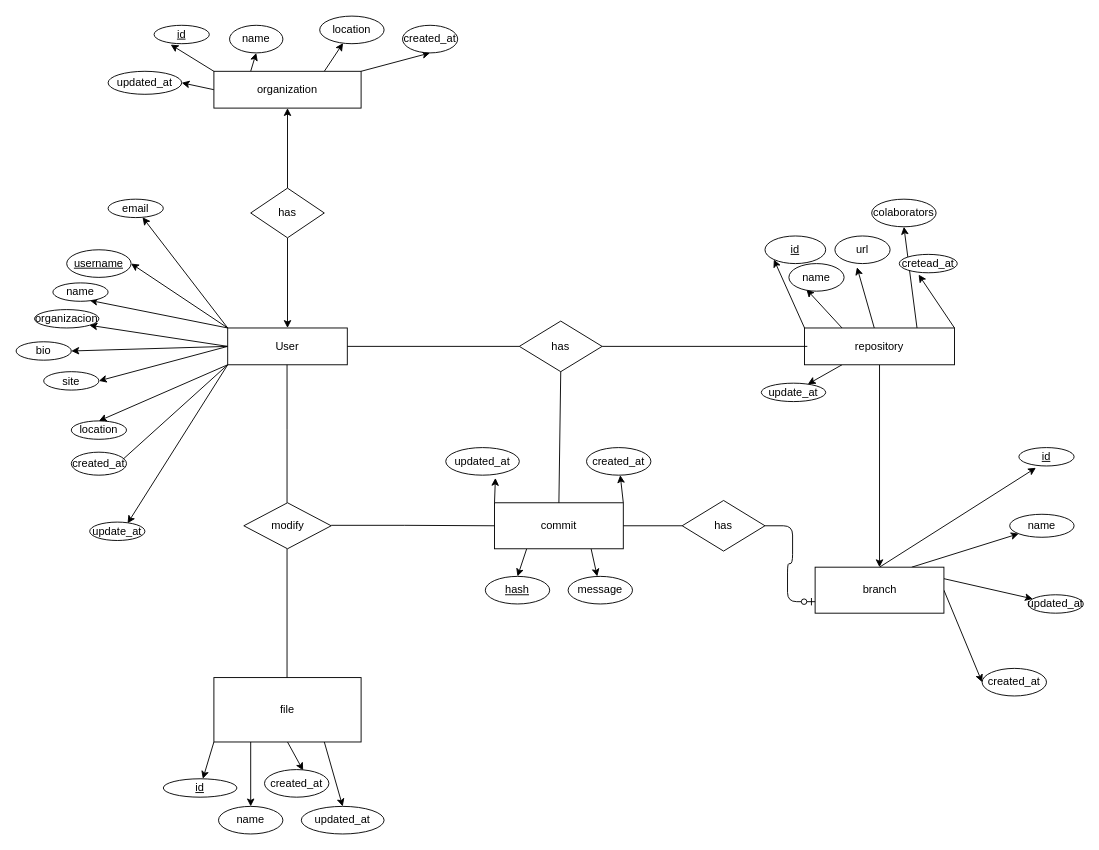
Above: ER/GitBoomer Entity-Relationship diagram1.drawio in mateusgomes01/gdi-project-2020-1 (draw.io), before the change. Source tidied: cells renumbered, new cells numbered last; positions are measured from the earlier drawing's top-left corner, leaving out a move shared by most shapes. Both pictures are drawn from the tidied source at 92%, with x=0, y=0 at pixel (16, 16).
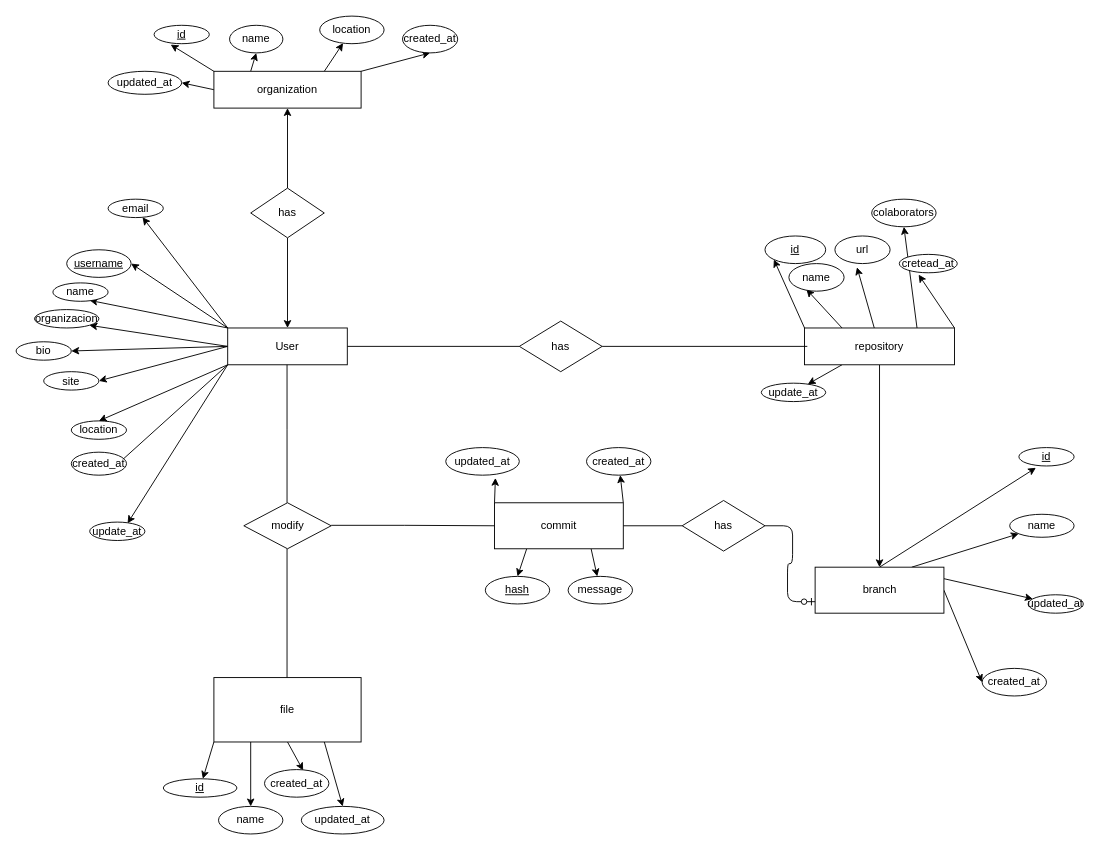
The same diagram, later.

Commit message:
removes some more unnecessary relations

Unchanged cells that the change refers to:
```xml
<mxCell id="21" value="has" style="shape=rhombus;perimeter=rhombusPerimeter;whiteSpace=wrap;html=1;align=center;" parent="1" vertex="1">
  <mxGeometry x="547" y="331.5" width="90" height="55" as="geometry" />
</mxCell>
<mxCell id="54" value="commit" style="whiteSpace=wrap;html=1;align=center;" parent="1" vertex="1">
  <mxGeometry x="520" y="529" width="140" height="50" as="geometry" />
</mxCell>
```

What changed in the source:
```diff
@@
-    <mxCell id="60" style="endArrow=none;html=1;rounded=0;entryX=0.5;entryY=0;entryDx=0;entryDy=0;exitX=0.5;exitY=1;exitDx=0;exitDy=0;" parent="1" edge="1" source="21" target="54">
-      <mxGeometry relative="1" as="geometry" />
-    </mxCell>
```
